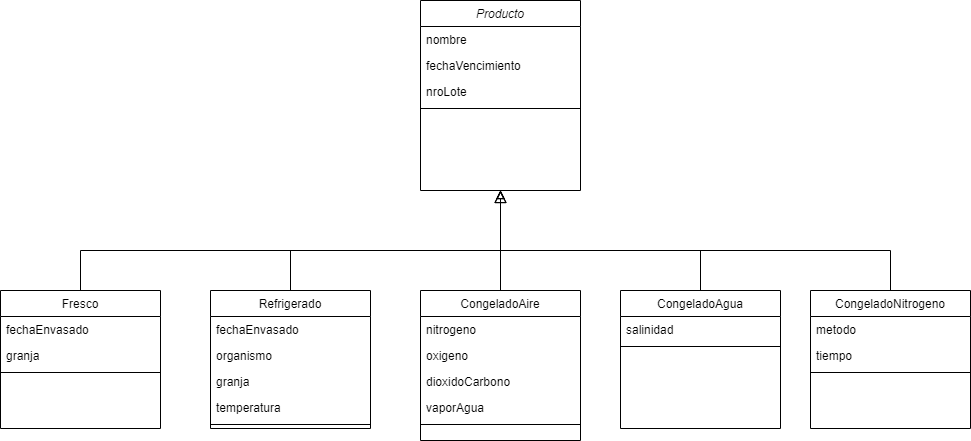
Before: Practico 4/src/ejercicio5/Ejercicio 5 p4 - 2 - Diagram.png, a diagram exported from draw.io (fdcrespi/programacion2). Source tidied: cells renumbered, new cells last; positions are measured from the earlier drawing's top-left corner, leaving out a move shared by most shapes. Source of this version:
```xml
<mxGraphModel>
  <root>
    <mxCell id="0" />
    <mxCell id="1" parent="0" />
    <mxCell id="2" value="Producto" style="swimlane;fontStyle=2;align=center;verticalAlign=top;horizontal=1;startSize=26;rounded=0;shadow=0;strokeWidth=1;" parent="1" vertex="1">
      <mxGeometry x="420" width="160" height="190" as="geometry" />
    </mxCell>
    <mxCell id="3" value="nombre" style="text;align=left;verticalAlign=top;spacingLeft=4;spacingRight=4;overflow=hidden;" parent="2" vertex="1">
      <mxGeometry y="26" width="160" height="26" as="geometry" />
    </mxCell>
    <mxCell id="4" value="fechaVencimiento" style="text;align=left;verticalAlign=top;spacingLeft=4;spacingRight=4;overflow=hidden;rounded=0;shadow=0;html=0;" parent="2" vertex="1">
      <mxGeometry y="52" width="160" height="26" as="geometry" />
    </mxCell>
    <mxCell id="5" value="nroLote" style="text;align=left;verticalAlign=top;spacingLeft=4;spacingRight=4;overflow=hidden;" parent="2" vertex="1">
      <mxGeometry y="78" width="160" height="26" as="geometry" />
    </mxCell>
    <mxCell id="6" style="line;html=1;strokeWidth=1;align=left;verticalAlign=middle;spacingTop=-1;spacingLeft=3;spacingRight=3;labelPosition=right;" parent="2" vertex="1">
      <mxGeometry y="104" width="160" height="8" as="geometry" />
    </mxCell>
    <mxCell id="7" value="Fresco" style="swimlane;fontStyle=0;align=center;verticalAlign=top;horizontal=1;startSize=26;rounded=0;shadow=0;strokeWidth=1;" parent="1" vertex="1">
      <mxGeometry y="290" width="160" height="138" as="geometry" />
    </mxCell>
    <mxCell id="8" value="fechaEnvasado" style="text;align=left;verticalAlign=top;spacingLeft=4;spacingRight=4;overflow=hidden;" parent="7" vertex="1">
      <mxGeometry y="26" width="160" height="26" as="geometry" />
    </mxCell>
    <mxCell id="9" value="granja" style="text;align=left;verticalAlign=top;spacingLeft=4;spacingRight=4;overflow=hidden;rounded=0;shadow=0;html=0;" parent="7" vertex="1">
      <mxGeometry y="52" width="160" height="26" as="geometry" />
    </mxCell>
    <mxCell id="10" style="line;html=1;strokeWidth=1;align=left;verticalAlign=middle;spacingTop=-1;spacingLeft=3;spacingRight=3;labelPosition=right;" parent="7" vertex="1">
      <mxGeometry y="78" width="160" height="8" as="geometry" />
    </mxCell>
    <mxCell id="11" style="endArrow=block;endSize=10;endFill=0;shadow=0;strokeWidth=1;rounded=0;edgeStyle=elbowEdgeStyle;elbow=vertical;" parent="1" edge="1" source="7" target="2">
      <mxGeometry relative="1" as="geometry">
        <Array as="points">
          <mxPoint x="190" y="250" />
        </Array>
      </mxGeometry>
    </mxCell>
    <mxCell id="12" value="Refrigerado" style="swimlane;fontStyle=0;align=center;verticalAlign=top;horizontal=1;startSize=26;rounded=0;shadow=0;strokeWidth=1;" parent="1" vertex="1">
      <mxGeometry x="210" y="290" width="160" height="138" as="geometry" />
    </mxCell>
    <mxCell id="13" value="fechaEnvasado" style="text;align=left;verticalAlign=top;spacingLeft=4;spacingRight=4;overflow=hidden;" parent="12" vertex="1">
      <mxGeometry y="26" width="160" height="26" as="geometry" />
    </mxCell>
    <mxCell id="14" value="organismo" style="text;align=left;verticalAlign=top;spacingLeft=4;spacingRight=4;overflow=hidden;" parent="12" vertex="1">
      <mxGeometry y="52" width="160" height="26" as="geometry" />
    </mxCell>
    <mxCell id="15" value="granja" style="text;align=left;verticalAlign=top;spacingLeft=4;spacingRight=4;overflow=hidden;" parent="12" vertex="1">
      <mxGeometry y="78" width="160" height="26" as="geometry" />
    </mxCell>
    <mxCell id="16" value="temperatura" style="text;align=left;verticalAlign=top;spacingLeft=4;spacingRight=4;overflow=hidden;" parent="12" vertex="1">
      <mxGeometry y="104" width="160" height="26" as="geometry" />
    </mxCell>
    <mxCell id="17" style="line;html=1;strokeWidth=1;align=left;verticalAlign=middle;spacingTop=-1;spacingLeft=3;spacingRight=3;labelPosition=right;" parent="12" vertex="1">
      <mxGeometry y="130" width="160" height="8" as="geometry" />
    </mxCell>
    <mxCell id="18" style="endArrow=block;endSize=10;endFill=0;shadow=0;strokeWidth=1;rounded=0;edgeStyle=elbowEdgeStyle;elbow=vertical;" parent="1" edge="1" source="12" target="2">
      <mxGeometry relative="1" as="geometry">
        <Array as="points">
          <mxPoint x="400" y="250" />
        </Array>
      </mxGeometry>
    </mxCell>
    <mxCell id="19" style="edgeStyle=elbowEdgeStyle;rounded=0;jettySize=auto;html=1;exitX=0.5;exitY=0;exitDx=0;exitDy=0;endArrow=block;endFill=0;" parent="1" edge="1" source="20">
      <mxGeometry relative="1" as="geometry">
        <mxPoint x="500" y="190" as="targetPoint" />
      </mxGeometry>
    </mxCell>
    <mxCell id="20" value="CongeladoAire" style="swimlane;fontStyle=0;align=center;verticalAlign=top;horizontal=1;startSize=26;rounded=0;shadow=0;strokeWidth=1;" parent="1" vertex="1">
      <mxGeometry x="420" y="290" width="160" height="150" as="geometry" />
    </mxCell>
    <mxCell id="21" value="nitrogeno" style="text;align=left;verticalAlign=top;spacingLeft=4;spacingRight=4;overflow=hidden;" parent="20" vertex="1">
      <mxGeometry y="26" width="160" height="26" as="geometry" />
    </mxCell>
    <mxCell id="22" value="oxigeno" style="text;align=left;verticalAlign=top;spacingLeft=4;spacingRight=4;overflow=hidden;rounded=0;shadow=0;html=0;" parent="20" vertex="1">
      <mxGeometry y="52" width="160" height="26" as="geometry" />
    </mxCell>
    <mxCell id="23" value="dioxidoCarbono" style="text;align=left;verticalAlign=top;spacingLeft=4;spacingRight=4;overflow=hidden;rounded=0;shadow=0;html=0;" parent="20" vertex="1">
      <mxGeometry y="78" width="160" height="26" as="geometry" />
    </mxCell>
    <mxCell id="24" value="vaporAgua" style="text;align=left;verticalAlign=top;spacingLeft=4;spacingRight=4;overflow=hidden;rounded=0;shadow=0;html=0;" parent="20" vertex="1">
      <mxGeometry y="104" width="160" height="26" as="geometry" />
    </mxCell>
    <mxCell id="25" style="line;html=1;strokeWidth=1;align=left;verticalAlign=middle;spacingTop=-1;spacingLeft=3;spacingRight=3;labelPosition=right;" parent="20" vertex="1">
      <mxGeometry y="130" width="160" height="8" as="geometry" />
    </mxCell>
    <mxCell id="26" style="edgeStyle=orthogonalEdgeStyle;rounded=0;jettySize=auto;html=1;endArrow=block;endFill=0;entryX=0.5;entryY=1;entryDx=0;entryDy=0;" parent="1" edge="1" source="27" target="2">
      <mxGeometry relative="1" as="geometry">
        <Array as="points">
          <mxPoint x="700" y="250" />
          <mxPoint x="500" y="250" />
        </Array>
      </mxGeometry>
    </mxCell>
    <mxCell id="27" value="CongeladoAgua" style="swimlane;fontStyle=0;align=center;verticalAlign=top;horizontal=1;startSize=26;rounded=0;shadow=0;strokeWidth=1;" parent="1" vertex="1">
      <mxGeometry x="620" y="290" width="160" height="138" as="geometry" />
    </mxCell>
    <mxCell id="28" value="salinidad" style="text;align=left;verticalAlign=top;spacingLeft=4;spacingRight=4;overflow=hidden;" parent="27" vertex="1">
      <mxGeometry y="26" width="160" height="26" as="geometry" />
    </mxCell>
    <mxCell id="29" style="line;html=1;strokeWidth=1;align=left;verticalAlign=middle;spacingTop=-1;spacingLeft=3;spacingRight=3;labelPosition=right;" parent="27" vertex="1">
      <mxGeometry y="52" width="160" height="8" as="geometry" />
    </mxCell>
    <mxCell id="30" style="edgeStyle=orthogonalEdgeStyle;rounded=0;jettySize=auto;html=1;entryX=0.5;entryY=1;entryDx=0;entryDy=0;endArrow=block;endFill=0;" parent="1" edge="1" source="31" target="2">
      <mxGeometry relative="1" as="geometry">
        <Array as="points">
          <mxPoint x="890" y="250" />
          <mxPoint x="500" y="250" />
        </Array>
      </mxGeometry>
    </mxCell>
    <mxCell id="31" value="CongeladoNitrogeno" style="swimlane;fontStyle=0;align=center;verticalAlign=top;horizontal=1;startSize=26;rounded=0;shadow=0;strokeWidth=1;" parent="1" vertex="1">
      <mxGeometry x="810" y="290" width="160" height="138" as="geometry" />
    </mxCell>
    <mxCell id="32" value="metodo" style="text;align=left;verticalAlign=top;spacingLeft=4;spacingRight=4;overflow=hidden;" parent="31" vertex="1">
      <mxGeometry y="26" width="160" height="26" as="geometry" />
    </mxCell>
    <mxCell id="33" value="tiempo" style="text;align=left;verticalAlign=top;spacingLeft=4;spacingRight=4;overflow=hidden;rounded=0;shadow=0;html=0;" parent="31" vertex="1">
      <mxGeometry y="52" width="160" height="26" as="geometry" />
    </mxCell>
    <mxCell id="34" style="line;html=1;strokeWidth=1;align=left;verticalAlign=middle;spacingTop=-1;spacingLeft=3;spacingRight=3;labelPosition=right;" parent="31" vertex="1">
      <mxGeometry y="78" width="160" height="8" as="geometry" />
    </mxCell>
  </root>
</mxGraphModel>
```
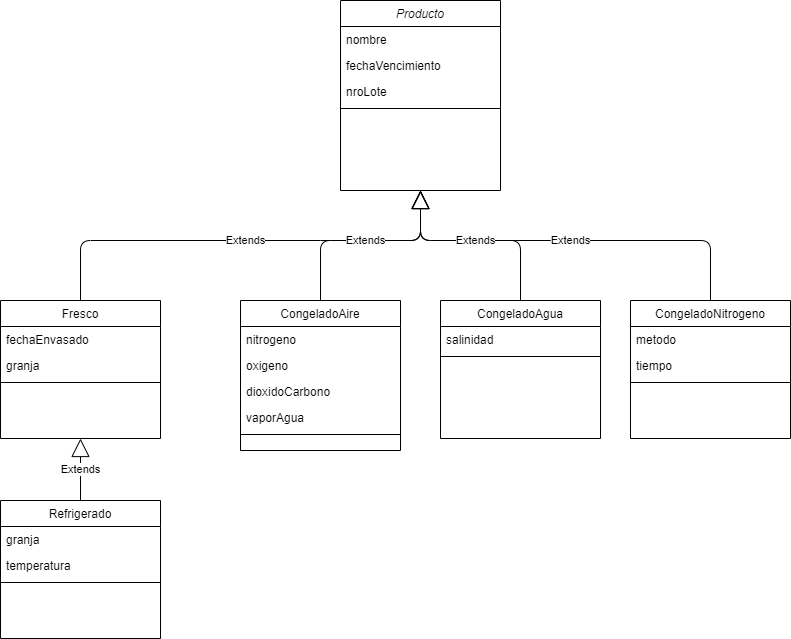
After the change.

The edit, as a diff of the source:
```diff
@@ -3,7 +3,7 @@
     <mxCell id="0" />
     <mxCell id="1" parent="0" />
     <mxCell id="2" value="Producto" style="swimlane;fontStyle=2;align=center;verticalAlign=top;horizontal=1;startSize=26;rounded=0;shadow=0;strokeWidth=1;" parent="1" vertex="1">
-      <mxGeometry x="420" width="160" height="190" as="geometry" />
+      <mxGeometry x="520" y="-10" width="160" height="190" as="geometry" />
     </mxCell>
     <mxCell id="3" value="nombre" style="text;align=left;verticalAlign=top;spacingLeft=4;spacingRight=4;overflow=hidden;" parent="2" vertex="1">
       <mxGeometry y="26" width="160" height="26" as="geometry" />
@@ -18,7 +18,7 @@
       <mxGeometry y="104" width="160" height="8" as="geometry" />
     </mxCell>
     <mxCell id="7" value="Fresco" style="swimlane;fontStyle=0;align=center;verticalAlign=top;horizontal=1;startSize=26;rounded=0;shadow=0;strokeWidth=1;" parent="1" vertex="1">
-      <mxGeometry y="290" width="160" height="138" as="geometry" />
+      <mxGeometry x="180" y="290" width="160" height="138" as="geometry" />
     </mxCell>
     <mxCell id="8" value="fechaEnvasado" style="text;align=left;verticalAlign=top;spacingLeft=4;spacingRight=4;overflow=hidden;" parent="7" vertex="1">
       <mxGeometry y="26" width="160" height="26" as="geometry" />
@@ -29,43 +29,18 @@
     <mxCell id="10" style="line;html=1;strokeWidth=1;align=left;verticalAlign=middle;spacingTop=-1;spacingLeft=3;spacingRight=3;labelPosition=right;" parent="7" vertex="1">
       <mxGeometry y="78" width="160" height="8" as="geometry" />
     </mxCell>
-    <mxCell id="11" style="endArrow=block;endSize=10;endFill=0;shadow=0;strokeWidth=1;rounded=0;edgeStyle=elbowEdgeStyle;elbow=vertical;" parent="1" edge="1" source="7" target="2">
-      <mxGeometry relative="1" as="geometry">
-        <Array as="points">
-          <mxPoint x="190" y="250" />
-        </Array>
-      </mxGeometry>
-    </mxCell>
     <mxCell id="12" value="Refrigerado" style="swimlane;fontStyle=0;align=center;verticalAlign=top;horizontal=1;startSize=26;rounded=0;shadow=0;strokeWidth=1;" parent="1" vertex="1">
-      <mxGeometry x="210" y="290" width="160" height="138" as="geometry" />
+      <mxGeometry x="180" y="490" width="160" height="138" as="geometry" />
     </mxCell>
-    <mxCell id="13" value="fechaEnvasado" style="text;align=left;verticalAlign=top;spacingLeft=4;spacingRight=4;overflow=hidden;" parent="12" vertex="1">
-      <mxGeometry y="26" width="160" height="26" as="geometry" />
-    </mxCell>
-    <mxCell id="14" value="organismo" style="text;align=left;verticalAlign=top;spacingLeft=4;spacingRight=4;overflow=hidden;" parent="12" vertex="1">
-      <mxGeometry y="52" width="160" height="26" as="geometry" />
-    </mxCell>
     <mxCell id="15" value="granja" style="text;align=left;verticalAlign=top;spacingLeft=4;spacingRight=4;overflow=hidden;" parent="12" vertex="1">
-      <mxGeometry y="78" width="160" height="26" as="geometry" />
+      <mxGeometry y="26" width="160" height="26" as="geometry" />
     </mxCell>
     <mxCell id="16" value="temperatura" style="text;align=left;verticalAlign=top;spacingLeft=4;spacingRight=4;overflow=hidden;" parent="12" vertex="1">
-      <mxGeometry y="104" width="160" height="26" as="geometry" />
+      <mxGeometry y="52" width="160" height="26" as="geometry" />
     </mxCell>
     <mxCell id="17" style="line;html=1;strokeWidth=1;align=left;verticalAlign=middle;spacingTop=-1;spacingLeft=3;spacingRight=3;labelPosition=right;" parent="12" vertex="1">
-      <mxGeometry y="130" width="160" height="8" as="geometry" />
+      <mxGeometry y="78" width="160" height="8" as="geometry" />
     </mxCell>
-    <mxCell id="18" style="endArrow=block;endSize=10;endFill=0;shadow=0;strokeWidth=1;rounded=0;edgeStyle=elbowEdgeStyle;elbow=vertical;" parent="1" edge="1" source="12" target="2">
-      <mxGeometry relative="1" as="geometry">
-        <Array as="points">
-          <mxPoint x="400" y="250" />
-        </Array>
-      </mxGeometry>
-    </mxCell>
-    <mxCell id="19" style="edgeStyle=elbowEdgeStyle;rounded=0;jettySize=auto;html=1;exitX=0.5;exitY=0;exitDx=0;exitDy=0;endArrow=block;endFill=0;" parent="1" edge="1" source="20">
-      <mxGeometry relative="1" as="geometry">
-        <mxPoint x="500" y="190" as="targetPoint" />
-      </mxGeometry>
-    </mxCell>
     <mxCell id="20" value="CongeladoAire" style="swimlane;fontStyle=0;align=center;verticalAlign=top;horizontal=1;startSize=26;rounded=0;shadow=0;strokeWidth=1;" parent="1" vertex="1">
       <mxGeometry x="420" y="290" width="160" height="150" as="geometry" />
     </mxCell>
@@ -84,14 +59,6 @@
     <mxCell id="25" style="line;html=1;strokeWidth=1;align=left;verticalAlign=middle;spacingTop=-1;spacingLeft=3;spacingRight=3;labelPosition=right;" parent="20" vertex="1">
       <mxGeometry y="130" width="160" height="8" as="geometry" />
     </mxCell>
-    <mxCell id="26" style="edgeStyle=orthogonalEdgeStyle;rounded=0;jettySize=auto;html=1;endArrow=block;endFill=0;entryX=0.5;entryY=1;entryDx=0;entryDy=0;" parent="1" edge="1" source="27" target="2">
-      <mxGeometry relative="1" as="geometry">
-        <Array as="points">
-          <mxPoint x="700" y="250" />
-          <mxPoint x="500" y="250" />
-        </Array>
-      </mxGeometry>
-    </mxCell>
     <mxCell id="27" value="CongeladoAgua" style="swimlane;fontStyle=0;align=center;verticalAlign=top;horizontal=1;startSize=26;rounded=0;shadow=0;strokeWidth=1;" parent="1" vertex="1">
       <mxGeometry x="620" y="290" width="160" height="138" as="geometry" />
     </mxCell>
@@ -101,14 +68,6 @@
     <mxCell id="29" style="line;html=1;strokeWidth=1;align=left;verticalAlign=middle;spacingTop=-1;spacingLeft=3;spacingRight=3;labelPosition=right;" parent="27" vertex="1">
       <mxGeometry y="52" width="160" height="8" as="geometry" />
     </mxCell>
-    <mxCell id="30" style="edgeStyle=orthogonalEdgeStyle;rounded=0;jettySize=auto;html=1;entryX=0.5;entryY=1;entryDx=0;entryDy=0;endArrow=block;endFill=0;" parent="1" edge="1" source="31" target="2">
-      <mxGeometry relative="1" as="geometry">
-        <Array as="points">
-          <mxPoint x="890" y="250" />
-          <mxPoint x="500" y="250" />
-        </Array>
-      </mxGeometry>
-    </mxCell>
     <mxCell id="31" value="CongeladoNitrogeno" style="swimlane;fontStyle=0;align=center;verticalAlign=top;horizontal=1;startSize=26;rounded=0;shadow=0;strokeWidth=1;" parent="1" vertex="1">
       <mxGeometry x="810" y="290" width="160" height="138" as="geometry" />
     </mxCell>
@@ -121,5 +80,46 @@
     <mxCell id="34" style="line;html=1;strokeWidth=1;align=left;verticalAlign=middle;spacingTop=-1;spacingLeft=3;spacingRight=3;labelPosition=right;" parent="31" vertex="1">
       <mxGeometry y="78" width="160" height="8" as="geometry" />
     </mxCell>
+    <mxCell id="35" value="Extends" style="endArrow=block;endSize=16;endFill=0;html=1;entryX=0.5;entryY=1;entryDx=0;entryDy=0;exitX=0.5;exitY=0;exitDx=0;exitDy=0;" parent="1" edge="1" source="12" target="7">
+      <mxGeometry relative="1" as="geometry" />
+    </mxCell>
+    <mxCell id="11" value="Extends" style="endArrow=block;endSize=16;endFill=0;html=1;exitX=0.5;exitY=0;exitDx=0;exitDy=0;entryX=0.5;entryY=1;entryDx=0;entryDy=0;" parent="1" edge="1" source="7" target="2">
+      <mxGeometry relative="1" as="geometry">
+        <Array as="points">
+          <mxPoint x="260" y="230" />
+          <mxPoint x="420" y="230" />
+          <mxPoint x="510" y="230" />
+          <mxPoint x="600" y="230" />
+        </Array>
+      </mxGeometry>
+    </mxCell>
+    <mxCell id="36" value="Extends" style="endArrow=block;endSize=16;endFill=0;html=1;exitX=0.5;exitY=0;exitDx=0;exitDy=0;" parent="1" edge="1" source="20">
+      <mxGeometry relative="1" as="geometry">
+        <mxPoint x="600" y="180" as="targetPoint" />
+        <Array as="points">
+          <mxPoint x="500" y="230" />
+          <mxPoint x="600" y="230" />
+        </Array>
+      </mxGeometry>
+    </mxCell>
+    <mxCell id="37" value="Extends" style="endArrow=block;endSize=16;endFill=0;html=1;exitX=0.5;exitY=0;exitDx=0;exitDy=0;" parent="1" edge="1" source="31">
+      <mxGeometry relative="1" as="geometry">
+        <mxPoint x="600" y="180" as="targetPoint" />
+        <Array as="points">
+          <mxPoint x="890" y="230" />
+          <mxPoint x="740" y="230" />
+          <mxPoint x="600" y="230" />
+        </Array>
+      </mxGeometry>
+    </mxCell>
+    <mxCell id="38" value="Extends" style="endArrow=block;endSize=16;endFill=0;html=1;exitX=0.5;exitY=0;exitDx=0;exitDy=0;" parent="1" edge="1" source="27">
+      <mxGeometry relative="1" as="geometry">
+        <mxPoint x="600" y="180" as="targetPoint" />
+        <Array as="points">
+          <mxPoint x="700" y="230" />
+          <mxPoint x="600" y="230" />
+        </Array>
+      </mxGeometry>
+    </mxCell>
   </root>
 </mxGraphModel>
```
